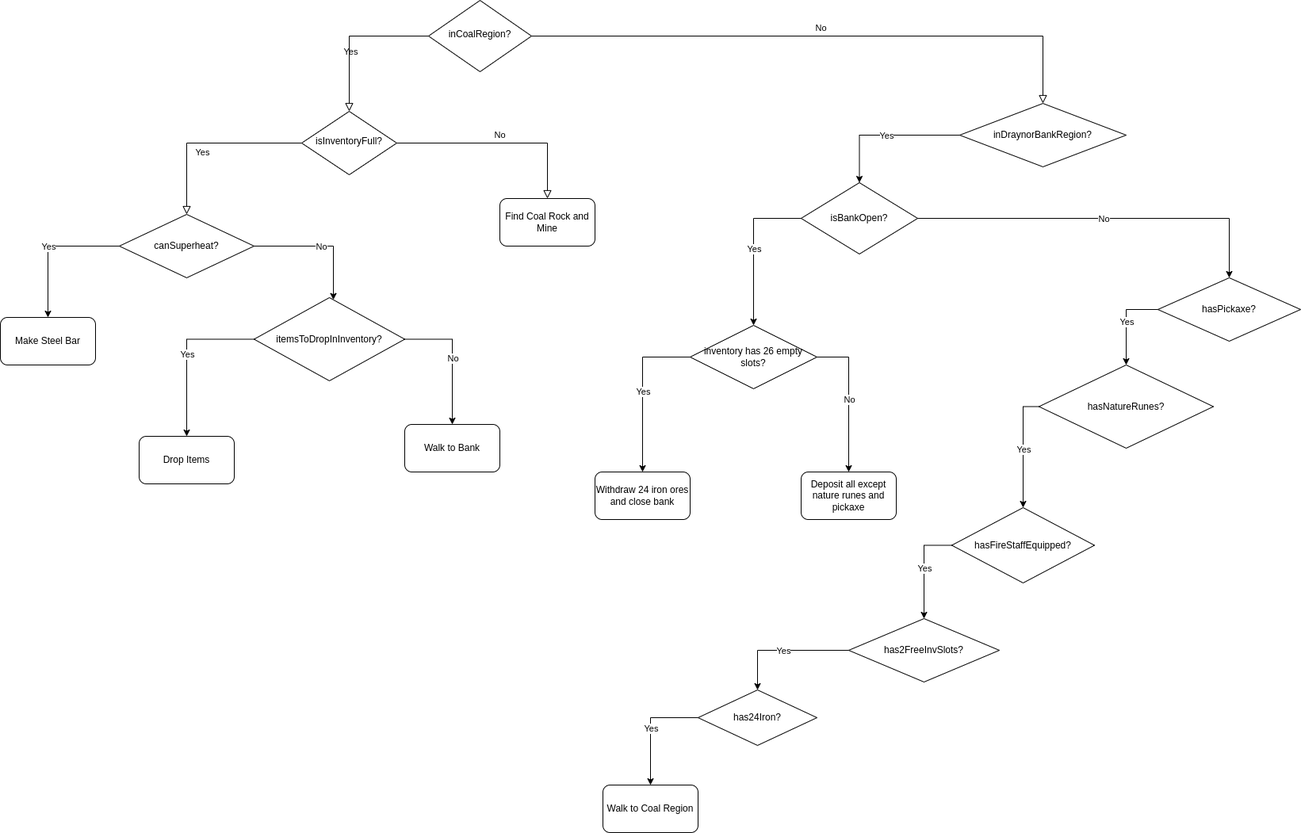
Earlier version of the draw.io export flowchart.png (palyfight/superheat-bot). Source tidied: cells renumbered, new cells last; positions are measured from the earlier drawing's top-left corner, leaving out a move shared by most shapes.
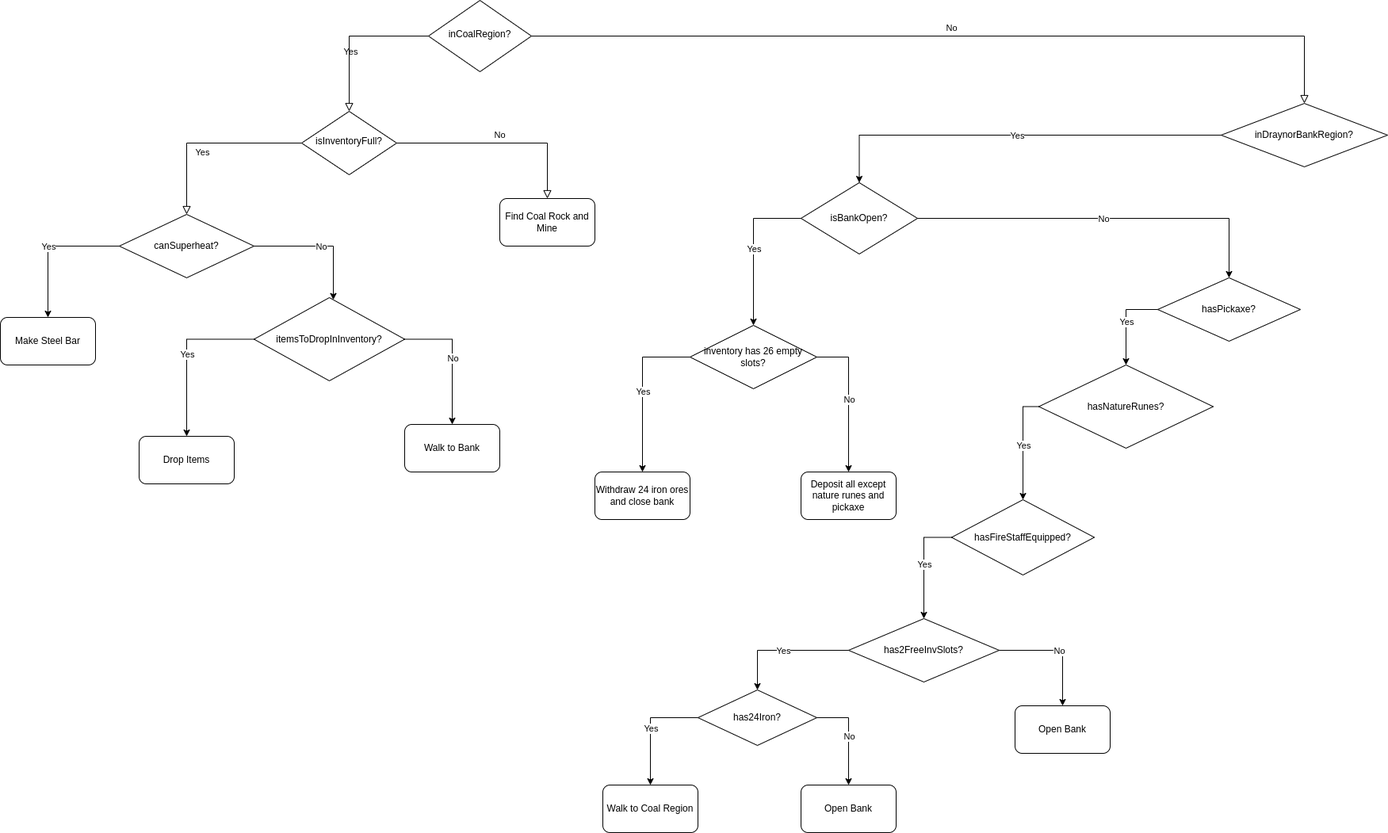
The same file after the commit.

Change to the diagram source:
```diff
@@ -47,7 +47,7 @@
       <mxGeometry x="630" y="250" width="120" height="60" as="geometry" />
     </mxCell>
     <mxCell id="15" value="inDraynorBankRegion?" style="rhombus;whiteSpace=wrap;html=1;" parent="1" vertex="1">
-      <mxGeometry x="1210" y="130" width="210" height="80" as="geometry" />
+      <mxGeometry x="1540" y="130" width="210" height="80" as="geometry" />
     </mxCell>
     <mxCell id="16" style="endArrow=classic;html=1;rounded=0;exitX=0;exitY=0.5;exitDx=0;exitDy=0;edgeStyle=orthogonalEdgeStyle;" parent="1" edge="1" source="15" target="18">
       <mxGeometry relative="1" as="geometry" />
@@ -110,7 +110,7 @@
       <mxGeometry relative="1" as="geometry" />
     </mxCell>
     <mxCell id="36" value="hasFireStaffEquipped?" style="rhombus;whiteSpace=wrap;html=1;" parent="1" vertex="1">
-      <mxGeometry x="1200" y="640" width="180" height="95" as="geometry" />
+      <mxGeometry x="1200" y="630" width="180" height="95" as="geometry" />
     </mxCell>
     <mxCell id="37" style="endArrow=classic;html=1;rounded=0;exitX=0;exitY=0.5;exitDx=0;exitDy=0;edgeStyle=orthogonalEdgeStyle;" parent="1" edge="1" source="36" target="39">
       <mxGeometry relative="1" as="geometry" />
@@ -160,5 +160,23 @@
     <mxCell id="52" value="Walk to Bank" style="rounded=1;whiteSpace=wrap;html=1;" parent="1" vertex="1">
       <mxGeometry x="510" y="535" width="120" height="60" as="geometry" />
     </mxCell>
+    <mxCell id="53" style="endArrow=classic;html=1;rounded=0;exitX=1;exitY=0.5;exitDx=0;exitDy=0;edgeStyle=orthogonalEdgeStyle;" parent="1" edge="1" source="42" target="55">
+      <mxGeometry relative="1" as="geometry" />
+    </mxCell>
+    <mxCell id="54" value="No" style="edgeLabel;html=1;align=center;verticalAlign=middle;" parent="53" vertex="1">
+      <mxGeometry relative="1" as="geometry" />
+    </mxCell>
+    <mxCell id="55" value="Open Bank" style="rounded=1;whiteSpace=wrap;html=1;" parent="1" vertex="1">
+      <mxGeometry x="1010" y="990" width="120" height="60" as="geometry" />
+    </mxCell>
+    <mxCell id="56" style="endArrow=classic;html=1;rounded=0;exitX=1;exitY=0.5;exitDx=0;exitDy=0;edgeStyle=orthogonalEdgeStyle;" parent="1" edge="1" source="39" target="58">
+      <mxGeometry relative="1" as="geometry" />
+    </mxCell>
+    <mxCell id="57" value="No" style="edgeLabel;html=1;align=center;verticalAlign=middle;" parent="56" vertex="1">
+      <mxGeometry relative="1" as="geometry" />
+    </mxCell>
+    <mxCell id="58" value="Open Bank" style="rounded=1;whiteSpace=wrap;html=1;" parent="1" vertex="1">
+      <mxGeometry x="1280" y="890" width="120" height="60" as="geometry" />
+    </mxCell>
   </root>
 </mxGraphModel>
```
